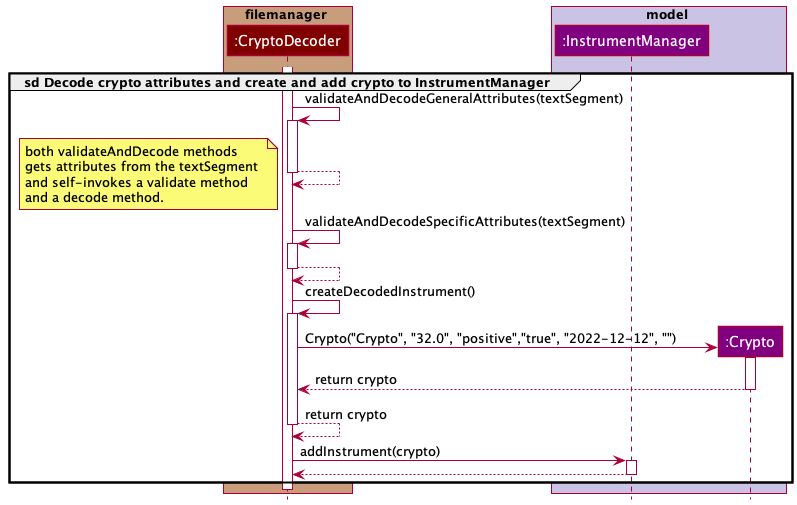
Before: docs/images/FileManagerRefDiagCryptoDecoder.png, a diagram exported from PlantUML (williamlamjy/mTracker).
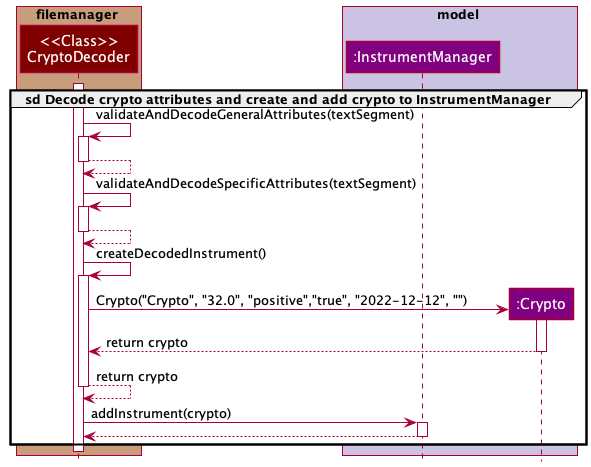
The same file after the commit.

Diff of the diagram source:
```diff
@@ -3,7 +3,7 @@
 
 group sd Decode crypto attributes and create and add crypto to InstrumentManager
 box filemanager COLOR_STORAGE_SEGMENT
-participant ":CryptoDecoder" as CryptoDecoder COLOR_STORAGE
+participant "<<Class>>\nCryptoDecoder" as CryptoDecoder COLOR_STORAGE
 end box
 
 box model COLOR_MODEL_SEGMENT
@@ -18,13 +18,6 @@
 activate CryptoDecoder
 CryptoDecoder--> CryptoDecoder
 deactivate CryptoDecoder
-
-note left
-both validateAndDecode methods
-gets attributes from the textSegment
-and self-invokes a validate method
-and a decode method.
-end note
 
 CryptoDecoder-> CryptoDecoder: validateAndDecodeSpecificAttributes(textSegment)
 activate CryptoDecoder
```
